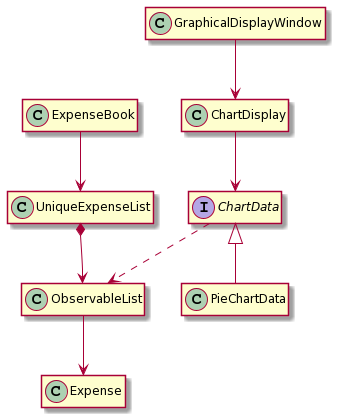
The PlantUML diagram docs/images/GraphicalRepresentationClassDiagram.png in nus-cs2103-AY2021S1/tp, before a commit.
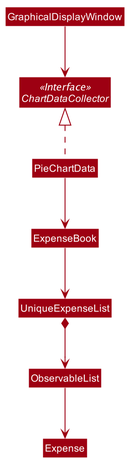
After the commit.

What changed in the source:
```diff
@@ -1,11 +1,62 @@
 @startuml
+
+
+
+
+
+
+
+
+skinparam BackgroundColor #FFFFFFF
+
+skinparam Shadowing false
+
+skinparam Class {
+    FontColor #FFFFFF
+    BorderThickness 1
+    BorderColor #FFFFFF
+    StereotypeFontColor #FFFFFF
+    FontName Arial
+}
+
+skinparam Actor {
+    BorderColor #000000
+    Color #000000
+    FontName Arial
+}
+
+skinparam Sequence {
+    MessageAlign center
+    BoxFontSize 15
+    BoxPadding 0
+    BoxFontColor #FFFFFF
+    FontName Arial
+}
+
+skinparam Participant {
+    FontColor #FFFFFFF
+    Padding 20
+}
+
+skinparam MinClassWidth 50
+skinparam ParticipantPadding 10
+skinparam Shadowing false
+skinparam DefaultTextAlignment center
+skinparam packageStyle Rectangle
+
+hide footbox
+hide members
+hide circle
+skinparam arrowThickness 1.1
+skinparam arrowColor #9D0012
+skinparam classBackgroundColor #9D0012
+
 class ExpenseBook
 class UniqueExpenseList
 class ObservableList
 class Expense
 class PieChartData
-interface ChartData
-class ChartDisplay
+interface ChartDataCollector <<Interface>>
 class GraphicalDisplayWindow
 
 hide empty members
@@ -13,8 +64,8 @@
 ExpenseBook --> UniqueExpenseList
 UniqueExpenseList *--> ObservableList
 ObservableList --> Expense
-ChartData <|-- PieChartData
-ChartData ..> ObservableList
-ChartDisplay --> ChartData
-GraphicalDisplayWindow --> ChartDisplay
+ChartDataCollector <|.. PieChartData
+PieChartData --> ExpenseBook
+GraphicalDisplayWindow --> ChartDataCollector
+
 @enduml
```
